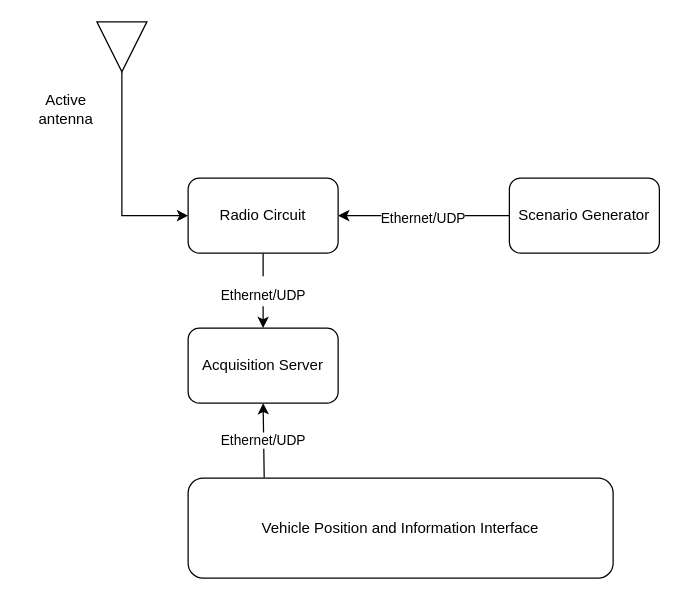
torejohansson97/tightly-coupled-gnss-data-logger keeps this draw.io diagram as page "Blockdiagram" (1 of 4) of GNSS Datalogger Blockdiagram.drawio. Above is the earlier version. Source tidied: cells renumbered, new cells numbered last; positions are measured from the earlier drawing's top-left corner, leaving out a move shared by most shapes. Both pictures are drawn from the tidied source at 125%, with x=0, y=0 at pixel (21, 21).
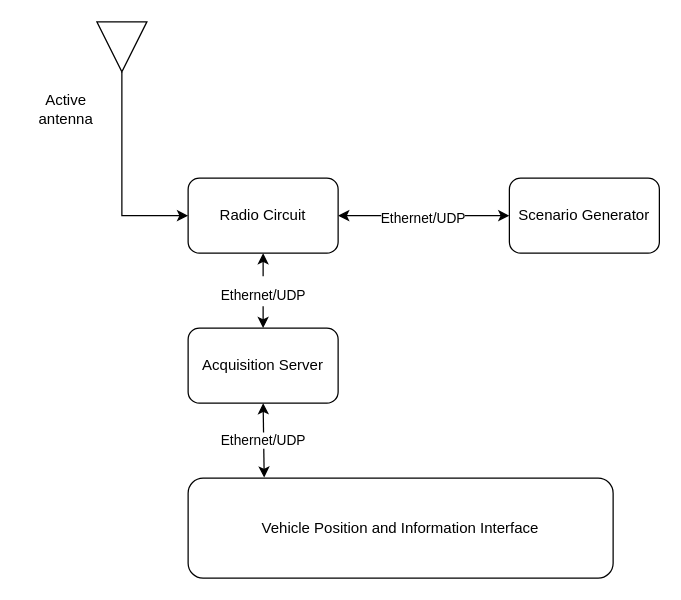
The same diagram, later.

Commit message (it also covers changes not shown here):
Added configuration server and connection to it (both way Ethernet)

Diff of the diagram source:
```diff
@@
 <mxGraphModel>
   <root>
     <mxCell id="0" />
     <mxCell id="1" parent="0" />
     <mxCell id="2" value="Vehicle Position and Information Interface " style="rounded=1;whiteSpace=wrap;html=1;" parent="1" vertex="1">
       <mxGeometry x="133" y="365" width="340" height="80" as="geometry" />
     </mxCell>
     <mxCell id="3" value="Acquisition Server" style="rounded=1;whiteSpace=wrap;html=1;" parent="1" vertex="1">
       <mxGeometry x="133" y="245" width="120" height="60" as="geometry" />
     </mxCell>
-    <mxCell id="4" value="&lt;font style=&quot;font-size: 11px;&quot;&gt;Ethernet/UDP&lt;/font&gt;" style="edgeStyle=orthogonalEdgeStyle;rounded=0;jettySize=auto;html=1;entryX=1;entryY=0.5;entryDx=0;entryDy=0;fontSize=15;" parent="1" edge="1" source="5" target="8">
+    <mxCell id="4" value="&lt;font style=&quot;font-size: 11px;&quot;&gt;Ethernet/UDP&lt;/font&gt;" style="edgeStyle=orthogonalEdgeStyle;rounded=0;jettySize=auto;html=1;entryX=1;entryY=0.5;entryDx=0;entryDy=0;fontSize=15;startArrow=classic;startFill=1;" parent="1" edge="1" source="5" target="8">
       <mxGeometry relative="1" as="geometry" />
     </mxCell>
     <mxCell id="5" value="Scenario Generator" style="rounded=1;whiteSpace=wrap;html=1;" parent="1" vertex="1">
       <mxGeometry x="390" y="125" width="120" height="60" as="geometry" />
     </mxCell>
-    <mxCell id="6" value="Ethernet/UDP" style="endArrow=classic;html=1;rounded=0;entryX=0.5;entryY=1;entryDx=0;entryDy=0;exitX=0.179;exitY=-0.005;exitDx=0;exitDy=0;exitPerimeter=0;" parent="1" edge="1" source="2" target="3">
+    <mxCell id="6" value="Ethernet/UDP" style="endArrow=classic;html=1;rounded=0;entryX=0.5;entryY=1;entryDx=0;entryDy=0;exitX=0.179;exitY=-0.005;exitDx=0;exitDy=0;exitPerimeter=0;startArrow=classic;startFill=1;" parent="1" edge="1" source="2" target="3">
       <mxGeometry relative="1" as="geometry" />
     </mxCell>
-    <mxCell id="7" value="&lt;font style=&quot;font-size: 11px;&quot;&gt;Ethernet/UDP&lt;/font&gt;" style="edgeStyle=orthogonalEdgeStyle;rounded=0;jettySize=auto;html=1;entryX=0.5;entryY=0;entryDx=0;entryDy=0;fontSize=20;" parent="1" edge="1" source="8" target="3">
+    <mxCell id="7" value="&lt;font style=&quot;font-size: 11px;&quot;&gt;Ethernet/UDP&lt;/font&gt;" style="edgeStyle=orthogonalEdgeStyle;rounded=0;jettySize=auto;html=1;entryX=0.5;entryY=0;entryDx=0;entryDy=0;fontSize=20;startArrow=classic;startFill=1;" parent="1" edge="1" source="8" target="3">
       <mxGeometry relative="1" as="geometry" />
     </mxCell>
     <mxCell id="8" value="Radio Circuit" style="rounded=1;whiteSpace=wrap;html=1;" parent="1" vertex="1">
       <mxGeometry x="133" y="125" width="120" height="60" as="geometry" />
     </mxCell>
     <mxCell id="9" style="edgeStyle=orthogonalEdgeStyle;rounded=0;jettySize=auto;html=1;exitX=1;exitY=0.5;exitDx=0;exitDy=0;entryX=0;entryY=0.5;entryDx=0;entryDy=0;startArrow=none;startFill=0;" parent="1" edge="1" source="10" target="8">
       <mxGeometry relative="1" as="geometry">
         <Array as="points">
           <mxPoint x="80" y="40" />
           <mxPoint x="80" y="155" />
         </Array>
       </mxGeometry>
     </mxCell>
     <mxCell id="10" style="triangle;whiteSpace=wrap;html=1;rotation=90;" parent="1" vertex="1">
       <mxGeometry x="60" width="40" height="40" as="geometry" />
     </mxCell>
     <mxCell id="11" value="Active &lt;br&gt;antenna" style="text;html=1;align=center;verticalAlign=middle;strokeColor=none;fillColor=none;" parent="1" vertex="1">
       <mxGeometry y="50" width="70" height="40" as="geometry" />
     </mxCell>
   </root>
 </mxGraphModel>
```
